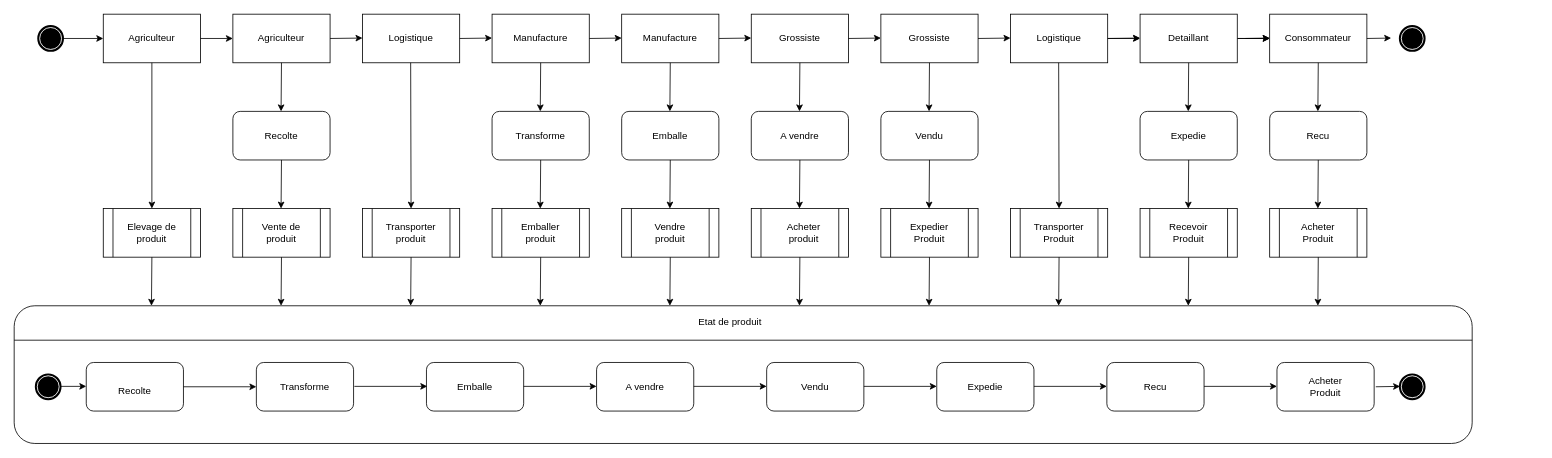
Earlier version of the draw.io diagram Untitled Diagram.drawio (loosker95/diagramme-d-etat). Source tidied: cells renumbered, new cells numbered last; positions are measured from the earlier drawing's top-left corner, leaving out a move shared by most shapes. Both pictures are drawn from the tidied source at 81%, with x=0, y=0 at pixel (14, 14).
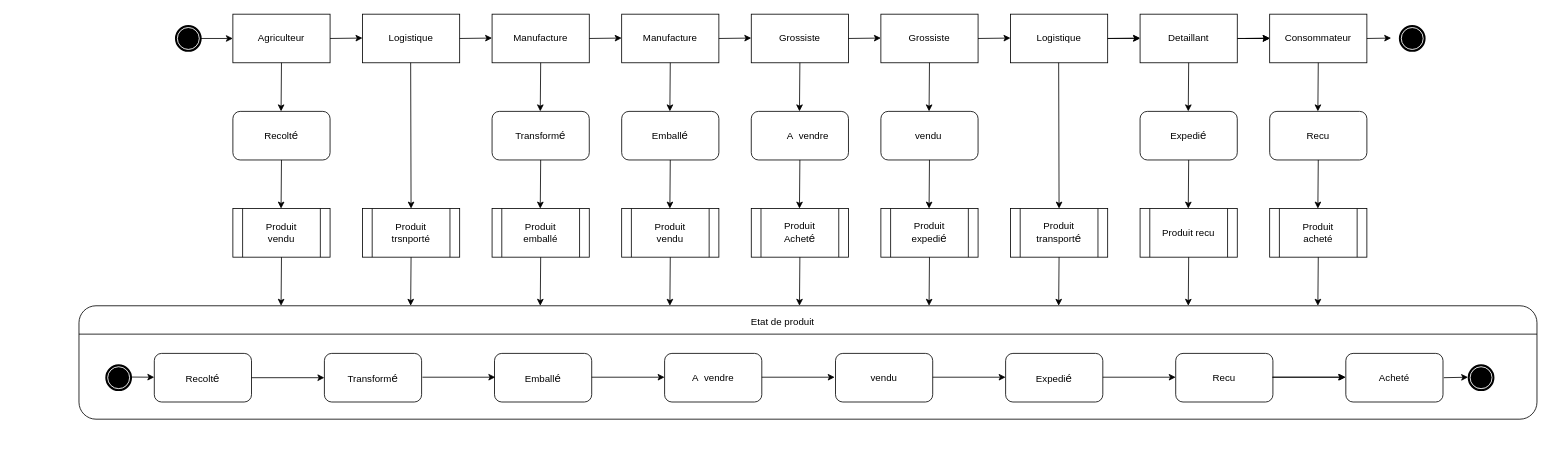
The same diagram, later.

The change refers to these unchanged cells:
```xml
<mxCell id="3" style="rounded=0;whiteSpace=wrap;html=1;" parent="1" vertex="1">
  <mxGeometry x="270" width="120" height="60" as="geometry" />
</mxCell>
```

Diff of the diagram source:
```diff
@@
-    <mxCell id="2" style="rounded=0;whiteSpace=wrap;html=1;" parent="1" vertex="1">
-      <mxGeometry x="110" width="120" height="60" as="geometry" />
-    </mxCell>
@@
-    <mxCell id="15" style="endArrow=classic;html=1;entryX=0;entryY=0.5;entryDx=0;entryDy=0;exitX=1;exitY=0.5;exitDx=0;exitDy=0;" parent="1" edge="1" source="2" target="3">
-      <mxGeometry relative="1" as="geometry" />
+    <mxCell id="15" style="endArrow=classic;html=1;entryX=0;entryY=0.5;entryDx=0;entryDy=0;exitX=1;exitY=0.5;exitDx=0;exitDy=0;" parent="1" edge="1" target="3">
+      <mxGeometry relative="1" as="geometry">
+        <mxPoint x="230" y="30" as="sourcePoint" />
+      </mxGeometry>
     </mxCell>
@@
-    <mxCell id="24" style="endArrow=classic;html=1;" parent="1" edge="1">
-      <mxGeometry relative="1" as="geometry">
-        <mxPoint x="170" y="60" as="sourcePoint" />
-        <mxPoint x="170" y="240" as="targetPoint" />
-      </mxGeometry>
-    </mxCell>
-    <mxCell id="25" value="Agriculteur" style="text;html=1;strokeColor=none;fillColor=none;align=center;verticalAlign=middle;whiteSpace=wrap;rounded=0;" parent="1" vertex="1">
-      <mxGeometry x="150" y="20" width="40" height="20" as="geometry" />
-    </mxCell>
@@
-    <mxCell id="58" value="Recolte" style="text;html=1;strokeColor=none;fillColor=none;align=center;verticalAlign=middle;whiteSpace=wrap;rounded=0;" parent="1" vertex="1">
+    <mxCell id="58" value="Recolt&lt;span style=&quot;font-family: &amp;#34;arial&amp;#34; , sans-serif ; font-size: 14px ; text-align: left&quot;&gt;é&lt;/span&gt;" style="text;html=1;strokeColor=none;fillColor=none;align=center;verticalAlign=middle;whiteSpace=wrap;rounded=0;" parent="1" vertex="1">
       <mxGeometry x="310" y="140" width="40" height="20" as="geometry" />
     </mxCell>
-    <mxCell id="59" value="Emballe" style="text;html=1;strokeColor=none;fillColor=none;align=center;verticalAlign=middle;whiteSpace=wrap;rounded=0;" parent="1" vertex="1">
+    <mxCell id="59" value="Emball&lt;span style=&quot;font-family: &amp;#34;arial&amp;#34; , sans-serif ; font-size: 14px ; text-align: left&quot;&gt;é&lt;/span&gt;" style="text;html=1;strokeColor=none;fillColor=none;align=center;verticalAlign=middle;whiteSpace=wrap;rounded=0;" parent="1" vertex="1">
       <mxGeometry x="790" y="140" width="40" height="20" as="geometry" />
     </mxCell>
-    <mxCell id="60" value="Expedie" style="text;html=1;strokeColor=none;fillColor=none;align=center;verticalAlign=middle;whiteSpace=wrap;rounded=0;" parent="1" vertex="1">
-      <mxGeometry x="1430" y="140" width="40" height="20" as="geometry" />
-    </mxCell>
@@
-    <mxCell id="62" value="Transforme" style="text;html=1;strokeColor=none;fillColor=none;align=center;verticalAlign=middle;whiteSpace=wrap;rounded=0;" parent="1" vertex="1">
+    <mxCell id="62" value="Transform&lt;span style=&quot;font-family: &amp;#34;arial&amp;#34; , sans-serif ; font-size: 14px ; text-align: left&quot;&gt;é&lt;/span&gt;" style="text;html=1;strokeColor=none;fillColor=none;align=center;verticalAlign=middle;whiteSpace=wrap;rounded=0;" parent="1" vertex="1">
       <mxGeometry x="630" y="140" width="40" height="20" as="geometry" />
     </mxCell>
-    <mxCell id="63" value="A vendre" style="text;html=1;strokeColor=none;fillColor=none;align=center;verticalAlign=middle;whiteSpace=wrap;rounded=0;" parent="1" vertex="1">
-      <mxGeometry x="940" y="140" width="60" height="20" as="geometry" />
+    <mxCell id="63" value=" A&amp;nbsp; vendre" style="text;html=1;strokeColor=none;fillColor=none;align=center;verticalAlign=middle;whiteSpace=wrap;rounded=0;" parent="1" vertex="1">
+      <mxGeometry x="940" y="140" width="80" height="20" as="geometry" />
     </mxCell>
-    <mxCell id="64" value="Vendu" style="text;html=1;strokeColor=none;fillColor=none;align=center;verticalAlign=middle;whiteSpace=wrap;rounded=0;" parent="1" vertex="1">
-      <mxGeometry x="1110" y="140" width="40" height="20" as="geometry" />
-    </mxCell>
-    <mxCell id="65" style="shape=process;whiteSpace=wrap;html=1;backgroundOutline=1;" parent="1" vertex="1">
-      <mxGeometry x="110" y="240" width="120" height="60" as="geometry" />
-    </mxCell>
@@
     <mxCell id="76" style="rounded=1;whiteSpace=wrap;html=1;" parent="1" vertex="1">
-      <mxGeometry y="360" width="1800" height="170" as="geometry" />
+      <mxGeometry x="80" y="360" width="1800" height="140" as="geometry" />
     </mxCell>
-    <mxCell id="77" style="endArrow=classic;html=1;" parent="1" edge="1">
-      <mxGeometry relative="1" as="geometry">
-        <mxPoint x="170" y="300" as="sourcePoint" />
-        <mxPoint x="169.5" y="360" as="targetPoint" />
-      </mxGeometry>
-    </mxCell>
@@
-    <mxCell id="87" style="endArrow=none;html=1;exitX=0;exitY=0.25;exitDx=0;exitDy=0;entryX=1;entryY=0.25;entryDx=0;entryDy=0;" parent="1" edge="1" source="76" target="76">
+    <mxCell id="87" style="endArrow=none;html=1;entryX=1;entryY=0.25;entryDx=0;entryDy=0;exitX=0;exitY=0.25;exitDx=0;exitDy=0;" parent="1" edge="1" source="76" target="76">
       <mxGeometry relative="1" as="geometry" />
     </mxCell>
-    <mxCell id="88" value="Elevage de produit" style="text;html=1;strokeColor=none;fillColor=none;align=center;verticalAlign=middle;whiteSpace=wrap;rounded=0;" parent="1" vertex="1">
-      <mxGeometry x="135" y="260" width="70" height="20" as="geometry" />
-    </mxCell>
-    <mxCell id="89" value="Vente de produit" style="text;html=1;strokeColor=none;fillColor=none;align=center;verticalAlign=middle;whiteSpace=wrap;rounded=0;" parent="1" vertex="1">
+    <mxCell id="89" value="Produit vendu" style="text;html=1;strokeColor=none;fillColor=none;align=center;verticalAlign=middle;whiteSpace=wrap;rounded=0;" parent="1" vertex="1">
       <mxGeometry x="295" y="260" width="70" height="20" as="geometry" />
     </mxCell>
-    <mxCell id="90" value="Transporter produit" style="text;html=1;strokeColor=none;fillColor=none;align=center;verticalAlign=middle;whiteSpace=wrap;rounded=0;" parent="1" vertex="1">
+    <mxCell id="90" value="Produit trsnporté" style="text;html=1;strokeColor=none;fillColor=none;align=center;verticalAlign=middle;whiteSpace=wrap;rounded=0;" parent="1" vertex="1">
       <mxGeometry x="455" y="260" width="70" height="20" as="geometry" />
     </mxCell>
-    <mxCell id="91" value="Emballer produit" style="text;html=1;strokeColor=none;fillColor=none;align=center;verticalAlign=middle;whiteSpace=wrap;rounded=0;" parent="1" vertex="1">
+    <mxCell id="91" value="Produit emballé" style="text;html=1;strokeColor=none;fillColor=none;align=center;verticalAlign=middle;whiteSpace=wrap;rounded=0;" parent="1" vertex="1">
       <mxGeometry x="615" y="260" width="70" height="20" as="geometry" />
     </mxCell>
-    <mxCell id="92" value="Vendre produit" style="text;html=1;strokeColor=none;fillColor=none;align=center;verticalAlign=middle;whiteSpace=wrap;rounded=0;" parent="1" vertex="1">
+    <mxCell id="92" value="Produit vendu" style="text;html=1;strokeColor=none;fillColor=none;align=center;verticalAlign=middle;whiteSpace=wrap;rounded=0;" parent="1" vertex="1">
       <mxGeometry x="775" y="260" width="70" height="20" as="geometry" />
     </mxCell>
-    <mxCell id="93" value="Acheter produit" style="text;html=1;strokeColor=none;fillColor=none;align=center;verticalAlign=middle;whiteSpace=wrap;rounded=0;" parent="1" vertex="1">
-      <mxGeometry x="940" y="260" width="70" height="20" as="geometry" />
+    <mxCell id="93" value="Produit Achet&lt;span style=&quot;font-family: &amp;#34;arial&amp;#34; , sans-serif ; font-size: 14px ; text-align: left&quot;&gt;é&lt;/span&gt;" style="text;html=1;strokeColor=none;fillColor=none;align=center;verticalAlign=middle;whiteSpace=wrap;rounded=0;" parent="1" vertex="1">
+      <mxGeometry x="935" y="260" width="70" height="20" as="geometry" />
     </mxCell>
-    <mxCell id="94" value="Expedier Produit" style="text;html=1;strokeColor=none;fillColor=none;align=center;verticalAlign=middle;whiteSpace=wrap;rounded=0;" parent="1" vertex="1">
+    <mxCell id="94" value="Produit expedi&lt;span style=&quot;font-family: &amp;#34;arial&amp;#34; , sans-serif ; font-size: 14px ; text-align: left&quot;&gt;é&lt;/span&gt;" style="text;html=1;strokeColor=none;fillColor=none;align=center;verticalAlign=middle;whiteSpace=wrap;rounded=0;" parent="1" vertex="1">
       <mxGeometry x="1095" y="260" width="70" height="20" as="geometry" />
     </mxCell>
-    <mxCell id="95" value="Transporter Produit" style="text;html=1;strokeColor=none;fillColor=none;align=center;verticalAlign=middle;whiteSpace=wrap;rounded=0;" parent="1" vertex="1">
+    <mxCell id="95" value="Produit transport&lt;span style=&quot;font-family: &amp;#34;arial&amp;#34; , sans-serif ; font-size: 14px ; text-align: left&quot;&gt;é&lt;/span&gt;" style="text;html=1;strokeColor=none;fillColor=none;align=center;verticalAlign=middle;whiteSpace=wrap;rounded=0;" parent="1" vertex="1">
       <mxGeometry x="1255" y="260" width="70" height="20" as="geometry" />
     </mxCell>
-    <mxCell id="96" value="Recevoir Produit" style="text;html=1;strokeColor=none;fillColor=none;align=center;verticalAlign=middle;whiteSpace=wrap;rounded=0;" parent="1" vertex="1">
+    <mxCell id="96" value="Produit recu" style="text;html=1;strokeColor=none;fillColor=none;align=center;verticalAlign=middle;whiteSpace=wrap;rounded=0;" parent="1" vertex="1">
       <mxGeometry x="1415" y="260" width="70" height="20" as="geometry" />
     </mxCell>
-    <mxCell id="97" value="Acheter Produit" style="text;html=1;strokeColor=none;fillColor=none;align=center;verticalAlign=middle;whiteSpace=wrap;rounded=0;" parent="1" vertex="1">
+    <mxCell id="97" value="Produit acheté" style="text;html=1;strokeColor=none;fillColor=none;align=center;verticalAlign=middle;whiteSpace=wrap;rounded=0;" parent="1" vertex="1">
       <mxGeometry x="1575" y="260" width="70" height="20" as="geometry" />
     </mxCell>
@@
     <mxCell id="99" style="rounded=1;whiteSpace=wrap;html=1;" parent="1" vertex="1">
-      <mxGeometry x="89" y="430" width="120" height="60" as="geometry" />
+      <mxGeometry x="173" y="418.8" width="120" height="60" as="geometry" />
     </mxCell>
     <mxCell id="100" style="rounded=1;whiteSpace=wrap;html=1;" parent="1" vertex="1">
-      <mxGeometry x="299" y="430" width="120" height="60" as="geometry" />
+      <mxGeometry x="383" y="418.8" width="120" height="60" as="geometry" />
     </mxCell>
     <mxCell id="101" style="rounded=1;whiteSpace=wrap;html=1;" parent="1" vertex="1">
-      <mxGeometry x="509" y="430" width="120" height="60" as="geometry" />
+      <mxGeometry x="593" y="418.8" width="120" height="60" as="geometry" />
     </mxCell>
     <mxCell id="102" style="rounded=1;whiteSpace=wrap;html=1;" parent="1" vertex="1">
-      <mxGeometry x="719" y="430" width="120" height="60" as="geometry" />
+      <mxGeometry x="803" y="418.8" width="120" height="60" as="geometry" />
     </mxCell>
-    <mxCell id="103" style="rounded=1;whiteSpace=wrap;html=1;" parent="1" vertex="1">
-      <mxGeometry x="929" y="430" width="120" height="60" as="geometry" />
-    </mxCell>
     <mxCell id="104" style="rounded=1;whiteSpace=wrap;html=1;" parent="1" vertex="1">
-      <mxGeometry x="1139" y="430" width="120" height="60" as="geometry" />
+      <mxGeometry x="1224" y="418.8" width="120" height="60" as="geometry" />
     </mxCell>
     <mxCell id="105" style="rounded=1;whiteSpace=wrap;html=1;" parent="1" vertex="1">
-      <mxGeometry x="1349" y="430" width="120" height="60" as="geometry" />
+      <mxGeometry x="1434" y="418.8" width="120" height="60" as="geometry" />
     </mxCell>
     <mxCell id="106" style="rounded=1;whiteSpace=wrap;html=1;" parent="1" vertex="1">
-      <mxGeometry x="1559" y="430" width="120" height="60" as="geometry" />
+      <mxGeometry x="1644" y="418.8" width="120" height="60" as="geometry" />
     </mxCell>
     <mxCell id="107" style="endArrow=classic;html=1;" parent="1" edge="1" target="100">
       <mxGeometry relative="1" as="geometry">
-        <mxPoint x="209" y="460" as="sourcePoint" />
+        <mxPoint x="293" y="448.8" as="sourcePoint" />
       </mxGeometry>
     </mxCell>
     <mxCell id="108" style="endArrow=classic;html=1;" parent="1" edge="1">
       <mxGeometry relative="1" as="geometry">
-        <mxPoint x="420" y="459.5" as="sourcePoint" />
-        <mxPoint x="510" y="459.5" as="targetPoint" />
+        <mxPoint x="504" y="448.2" as="sourcePoint" />
+        <mxPoint x="594" y="448.2" as="targetPoint" />
       </mxGeometry>
     </mxCell>
     <mxCell id="109" style="endArrow=classic;html=1;" parent="1" edge="1">
       <mxGeometry relative="1" as="geometry">
-        <mxPoint x="629" y="459.5" as="sourcePoint" />
-        <mxPoint x="719" y="459.5" as="targetPoint" />
+        <mxPoint x="713" y="448.2" as="sourcePoint" />
+        <mxPoint x="803" y="448.2" as="targetPoint" />
       </mxGeometry>
     </mxCell>
     <mxCell id="110" style="endArrow=classic;html=1;" parent="1" edge="1">
       <mxGeometry relative="1" as="geometry">
-        <mxPoint x="839" y="459.5" as="sourcePoint" />
-        <mxPoint x="929" y="459.5" as="targetPoint" />
+        <mxPoint x="923" y="448.2" as="sourcePoint" />
+        <mxPoint x="1013" y="448.2" as="targetPoint" />
       </mxGeometry>
     </mxCell>
-    <mxCell id="111" style="endArrow=classic;html=1;" parent="1" edge="1">
-      <mxGeometry relative="1" as="geometry">
-        <mxPoint x="1049" y="459.5" as="sourcePoint" />
-        <mxPoint x="1139" y="459.5" as="targetPoint" />
-      </mxGeometry>
-    </mxCell>
     <mxCell id="112" style="endArrow=classic;html=1;" parent="1" edge="1">
       <mxGeometry relative="1" as="geometry">
-        <mxPoint x="1259" y="459.5" as="sourcePoint" />
-        <mxPoint x="1349" y="459.5" as="targetPoint" />
+        <mxPoint x="1553" y="448.2" as="sourcePoint" />
+        <mxPoint x="1643" y="448.2" as="targetPoint" />
       </mxGeometry>
     </mxCell>
     <mxCell id="113" style="endArrow=classic;html=1;" parent="1" edge="1">
       <mxGeometry relative="1" as="geometry">
-        <mxPoint x="1469" y="459.5" as="sourcePoint" />
-        <mxPoint x="1559" y="459.5" as="targetPoint" />
+        <mxPoint x="1554" y="448.2" as="sourcePoint" />
+        <mxPoint x="1644" y="448.2" as="targetPoint" />
       </mxGeometry>
     </mxCell>
     <mxCell id="114" style="shape=mxgraph.bpmn.shape;html=1;verticalLabelPosition=bottom;labelBackgroundColor=#ffffff;verticalAlign=top;align=center;perimeter=ellipsePerimeter;outline=end;symbol=terminate;" parent="1" vertex="1">
-      <mxGeometry x="1711" y="445" width="30" height="30" as="geometry" />
+      <mxGeometry x="1796" y="433.8" width="30" height="30" as="geometry" />
     </mxCell>
     <mxCell id="115" style="endArrow=classic;html=1;entryX=0;entryY=0.5;entryDx=0;entryDy=0;" parent="1" edge="1">
       <mxGeometry relative="1" as="geometry">
-        <mxPoint x="1681" y="460" as="sourcePoint" />
-        <mxPoint x="1711" y="459.5" as="targetPoint" />
+        <mxPoint x="1765" y="448.8" as="sourcePoint" />
+        <mxPoint x="1795" y="448.2" as="targetPoint" />
       </mxGeometry>
     </mxCell>
-    <mxCell id="116" value="Recolte" style="text;html=1;strokeColor=none;fillColor=none;align=center;verticalAlign=middle;whiteSpace=wrap;rounded=0;" parent="1" vertex="1">
-      <mxGeometry x="129" y="455" width="40" height="20" as="geometry" />
+    <mxCell id="116" value="Recolt&lt;span style=&quot;font-family: &amp;#34;arial&amp;#34; , sans-serif ; font-size: 14px ; text-align: left&quot;&gt;é&lt;/span&gt;" style="text;html=1;strokeColor=none;fillColor=none;align=center;verticalAlign=middle;whiteSpace=wrap;rounded=0;" parent="1" vertex="1">
+      <mxGeometry x="213" y="438.8" width="40" height="20" as="geometry" />
     </mxCell>
-    <mxCell id="117" value="Transforme" style="text;html=1;strokeColor=none;fillColor=none;align=center;verticalAlign=middle;whiteSpace=wrap;rounded=0;" parent="1" vertex="1">
-      <mxGeometry x="339" y="450" width="40" height="20" as="geometry" />
+    <mxCell id="117" value="Transform&lt;span style=&quot;font-family: &amp;#34;arial&amp;#34; , sans-serif ; font-size: 14px ; text-align: left&quot;&gt;é&lt;/span&gt;" style="text;html=1;strokeColor=none;fillColor=none;align=center;verticalAlign=middle;whiteSpace=wrap;rounded=0;" parent="1" vertex="1">
+      <mxGeometry x="423" y="438.8" width="40" height="20" as="geometry" />
     </mxCell>
-    <mxCell id="118" value="Emballe" style="text;html=1;strokeColor=none;fillColor=none;align=center;verticalAlign=middle;whiteSpace=wrap;rounded=0;" parent="1" vertex="1">
-      <mxGeometry x="549" y="450" width="40" height="20" as="geometry" />
+    <mxCell id="118" value="Emball&lt;span style=&quot;font-family: &amp;#34;arial&amp;#34; , sans-serif ; font-size: 14px ; text-align: left&quot;&gt;é&lt;/span&gt;" style="text;html=1;strokeColor=none;fillColor=none;align=center;verticalAlign=middle;whiteSpace=wrap;rounded=0;" parent="1" vertex="1">
+      <mxGeometry x="633" y="438.8" width="40" height="20" as="geometry" />
     </mxCell>
-    <mxCell id="119" value="A vendre" style="text;html=1;strokeColor=none;fillColor=none;align=center;verticalAlign=middle;whiteSpace=wrap;rounded=0;" parent="1" vertex="1">
-      <mxGeometry x="749" y="450" width="60" height="20" as="geometry" />
+    <mxCell id="119" value="A&amp;nbsp; vendre" style="text;html=1;strokeColor=none;fillColor=none;align=center;verticalAlign=middle;whiteSpace=wrap;rounded=0;" parent="1" vertex="1">
+      <mxGeometry x="833" y="438.8" width="60" height="20" as="geometry" />
     </mxCell>
-    <mxCell id="120" value="Vendu" style="text;html=1;strokeColor=none;fillColor=none;align=center;verticalAlign=middle;whiteSpace=wrap;rounded=0;" parent="1" vertex="1">
-      <mxGeometry x="969" y="450" width="40" height="20" as="geometry" />
-    </mxCell>
-    <mxCell id="121" value="Expedie" style="text;html=1;strokeColor=none;fillColor=none;align=center;verticalAlign=middle;whiteSpace=wrap;rounded=0;" parent="1" vertex="1">
-      <mxGeometry x="1179" y="450" width="40" height="20" as="geometry" />
+    <mxCell id="121" value="Expedi&lt;span style=&quot;font-family: &amp;#34;arial&amp;#34; , sans-serif ; font-size: 14px ; text-align: left&quot;&gt;é&lt;/span&gt;" style="text;html=1;strokeColor=none;fillColor=none;align=center;verticalAlign=middle;whiteSpace=wrap;rounded=0;" parent="1" vertex="1">
+      <mxGeometry x="1264" y="438.8" width="40" height="20" as="geometry" />
     </mxCell>
     <mxCell id="122" value="Recu" style="text;html=1;strokeColor=none;fillColor=none;align=center;verticalAlign=middle;whiteSpace=wrap;rounded=0;" parent="1" vertex="1">
-      <mxGeometry x="1389" y="450" width="40" height="20" as="geometry" />
+      <mxGeometry x="1474" y="438.8" width="40" height="20" as="geometry" />
     </mxCell>
-    <mxCell id="123" value="Acheter Produit" style="text;html=1;strokeColor=none;fillColor=none;align=center;verticalAlign=middle;whiteSpace=wrap;rounded=0;" parent="1" vertex="1">
-      <mxGeometry x="1584" y="450" width="70" height="20" as="geometry" />
+    <mxCell id="123" value="Acheté" style="text;html=1;strokeColor=none;fillColor=none;align=center;verticalAlign=middle;whiteSpace=wrap;rounded=0;" parent="1" vertex="1">
+      <mxGeometry x="1669" y="438.8" width="70" height="20" as="geometry" />
     </mxCell>
     <mxCell id="124" value="Etat de produit" style="text;html=1;strokeColor=none;fillColor=none;align=center;verticalAlign=middle;whiteSpace=wrap;rounded=0;" parent="1" vertex="1">
-      <mxGeometry x="826" y="370" width="116" height="20" as="geometry" />
+      <mxGeometry x="891" y="370" width="116" height="20" as="geometry" />
     </mxCell>
-    <mxCell id="125" style="shape=mxgraph.bpmn.shape;html=1;verticalLabelPosition=bottom;labelBackgroundColor=#ffffff;verticalAlign=top;align=center;perimeter=ellipsePerimeter;outline=end;symbol=terminate;" parent="1" vertex="1">
-      <mxGeometry x="30" y="15" width="30" height="30" as="geometry" />
-    </mxCell>
-    <mxCell id="126" style="endArrow=classic;html=1;entryX=0;entryY=0.5;entryDx=0;entryDy=0;" parent="1" edge="1" target="2">
-      <mxGeometry relative="1" as="geometry">
-        <mxPoint x="60" y="30" as="sourcePoint" />
-      </mxGeometry>
-    </mxCell>
-    <mxCell id="127" style="endArrow=classic;html=1;entryX=0;entryY=0.5;entryDx=0;entryDy=0;" parent="1" edge="1">
-      <mxGeometry relative="1" as="geometry">
-        <mxPoint x="39" y="459.5" as="sourcePoint" />
-        <mxPoint x="89" y="459.5" as="targetPoint" />
-      </mxGeometry>
-    </mxCell>
-    <mxCell id="128" style="shape=mxgraph.bpmn.shape;html=1;verticalLabelPosition=bottom;labelBackgroundColor=#ffffff;verticalAlign=top;align=center;perimeter=ellipsePerimeter;outline=end;symbol=terminate;" parent="1" vertex="1">
-      <mxGeometry x="27" y="445" width="30" height="30" as="geometry" />
-    </mxCell>
+    <mxCell id="129" style="endArrow=classic;html=1;" parent="1" edge="1">
+      <mxGeometry relative="1" as="geometry">
+        <mxPoint x="144" y="448" as="sourcePoint" />
+        <mxPoint x="173" y="448.2" as="targetPoint" />
+      </mxGeometry>
+    </mxCell>
+    <mxCell id="130" value="vendu" style="text;html=1;strokeColor=none;fillColor=none;align=center;verticalAlign=middle;whiteSpace=wrap;rounded=0;" parent="1" vertex="1">
+      <mxGeometry x="1109" y="140" width="40" height="20" as="geometry" />
+    </mxCell>
+    <mxCell id="131" value="Expedi&lt;span style=&quot;font-family: &amp;#34;arial&amp;#34; , sans-serif ; font-size: 14px ; text-align: left&quot;&gt;é&lt;/span&gt;" style="text;html=1;strokeColor=none;fillColor=none;align=center;verticalAlign=middle;whiteSpace=wrap;rounded=0;" parent="1" vertex="1">
+      <mxGeometry x="1430" y="140" width="40" height="20" as="geometry" />
+    </mxCell>
+    <mxCell id="132" style="endArrow=classic;html=1;" parent="1" edge="1">
+      <mxGeometry relative="1" as="geometry">
+        <mxPoint x="1344" y="448.2" as="sourcePoint" />
+        <mxPoint x="1434" y="448.2" as="targetPoint" />
+      </mxGeometry>
+    </mxCell>
+    <mxCell id="133" style="shape=mxgraph.bpmn.shape;html=1;verticalLabelPosition=bottom;labelBackgroundColor=#ffffff;verticalAlign=top;align=center;perimeter=ellipsePerimeter;outline=end;symbol=terminate;" parent="1" vertex="1">
+      <mxGeometry x="114" y="433.8" width="30" height="30" as="geometry" />
+    </mxCell>
+    <mxCell id="134" style="shape=mxgraph.bpmn.shape;html=1;verticalLabelPosition=bottom;labelBackgroundColor=#ffffff;verticalAlign=top;align=center;perimeter=ellipsePerimeter;outline=end;symbol=terminate;" parent="1" vertex="1">
+      <mxGeometry x="200" y="15" width="30" height="30" as="geometry" />
+    </mxCell>
+    <mxCell id="135" style="rounded=1;whiteSpace=wrap;html=1;" parent="1" vertex="1">
+      <mxGeometry x="1014" y="418.8" width="120" height="60" as="geometry" />
+    </mxCell>
+    <mxCell id="136" value="vendu" style="text;html=1;strokeColor=none;fillColor=none;align=center;verticalAlign=middle;whiteSpace=wrap;rounded=0;" parent="1" vertex="1">
+      <mxGeometry x="1054" y="438.8" width="40" height="20" as="geometry" />
+    </mxCell>
+    <mxCell id="137" style="endArrow=classic;html=1;" parent="1" edge="1">
+      <mxGeometry relative="1" as="geometry">
+        <mxPoint x="1134" y="448.2" as="sourcePoint" />
+        <mxPoint x="1224" y="448.2" as="targetPoint" />
+      </mxGeometry>
+    </mxCell>
```
